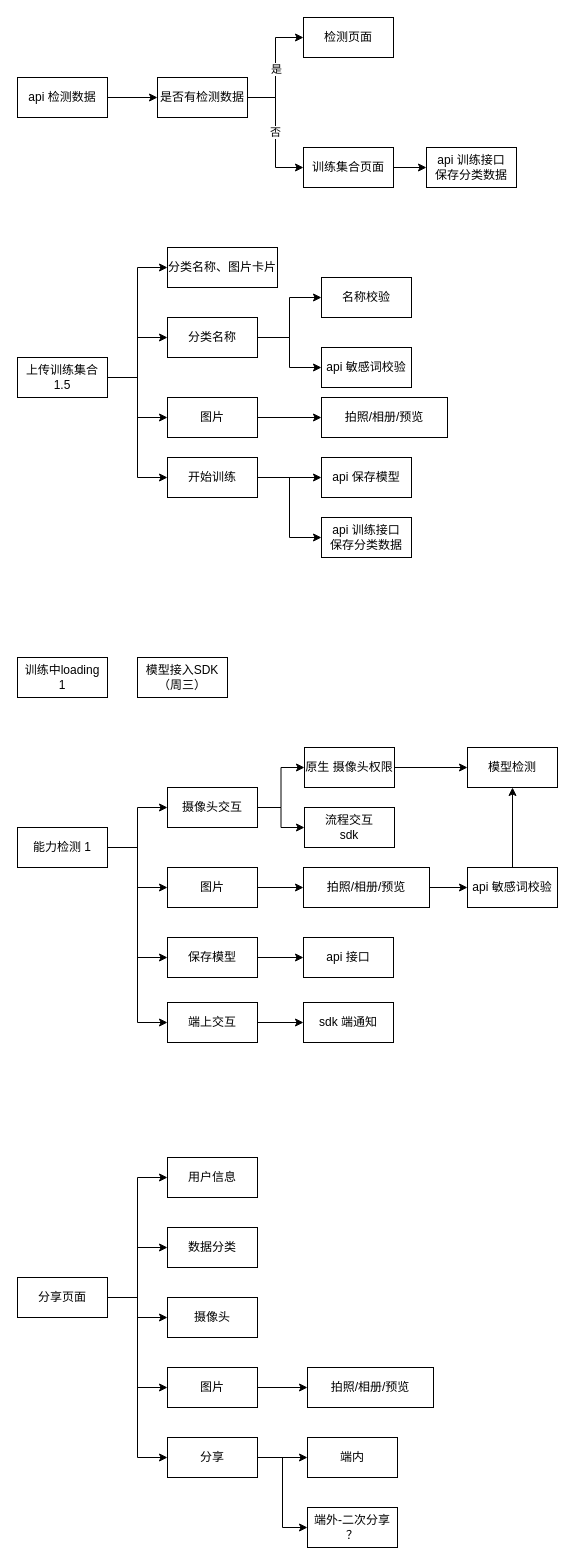
Before: page "物品识别" (9 of 9) of my-project/未命名绘图.drawio in gmtaurus/ceshi, a draw.io diagram. Source tidied: cells renumbered, new cells numbered last; positions are measured from the earlier drawing's top-left corner, leaving out a move shared by most shapes. Both pictures are drawn from the tidied source at 100%, with x=0, y=0 at pixel (17, 17).
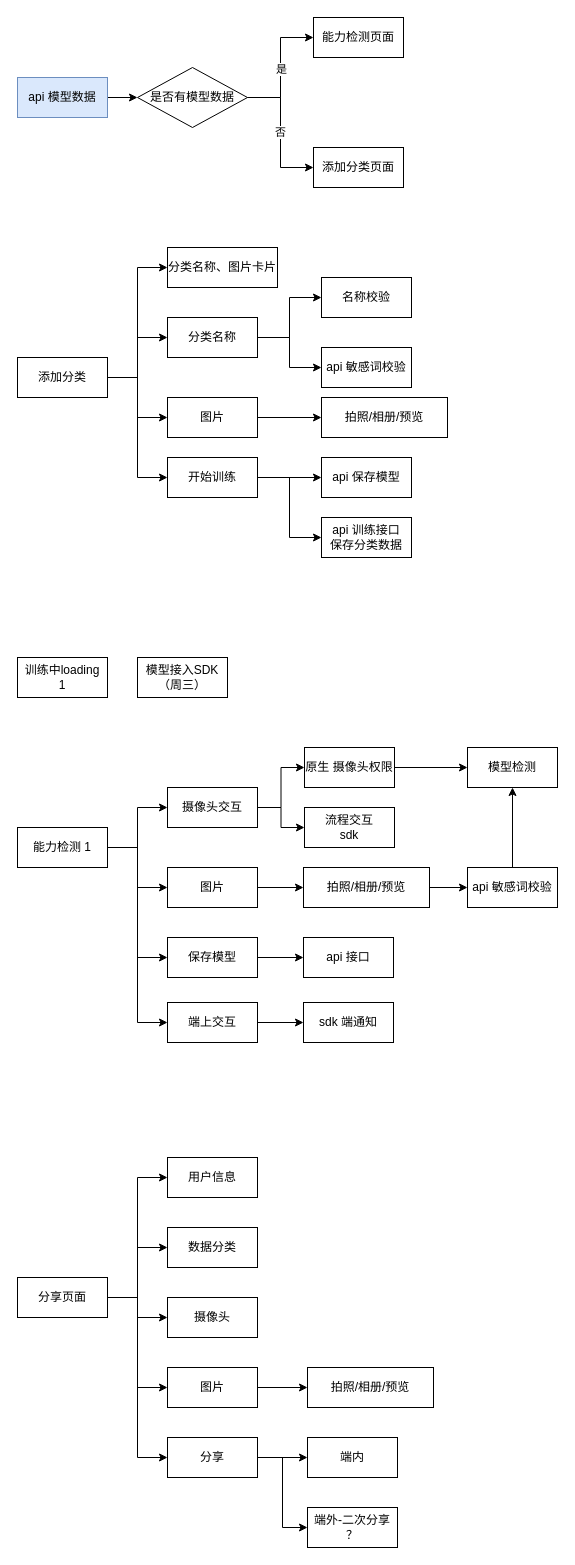
The same page after the edit.

Commit message (it also covers changes not shown here):
更新未命名绘图.drawio

The edit, as a diff of the source:
```diff
@@
-    <mxCell id="6" value="上传训练集合&lt;br&gt;1.5" style="rounded=0;whiteSpace=wrap;html=1;" parent="1" vertex="1">
+    <mxCell id="6" value="添加分类" style="rounded=0;whiteSpace=wrap;html=1;" parent="1" vertex="1">
       <mxGeometry y="340" width="90" height="40" as="geometry" />
     </mxCell>
@@
-    <mxCell id="45" value="api 训练接口&lt;br&gt;保存分类数据" style="rounded=0;whiteSpace=wrap;html=1;" parent="1" vertex="1">
-      <mxGeometry x="409" y="130" width="90" height="40" as="geometry" />
-    </mxCell>
-    <mxCell id="46" style="edgeStyle=orthogonalEdgeStyle;rounded=0;jettySize=auto;html=1;" parent="1" edge="1" source="47" target="51">
-      <mxGeometry relative="1" as="geometry" />
-    </mxCell>
+    <mxCell id="74" style="edgeStyle=orthogonalEdgeStyle;rounded=0;jettySize=auto;html=1;" parent="1" edge="1" source="47" target="75">
+      <mxGeometry relative="1" as="geometry" />
+    </mxCell>
-    <mxCell id="47" value="api 检测数据" style="rounded=0;whiteSpace=wrap;html=1;" parent="1" vertex="1">
+    <mxCell id="47" value="api 模型数据" style="rounded=0;whiteSpace=wrap;html=1;fillColor=#dae8fc;strokeColor=#6c8ebf;" parent="1" vertex="1">
       <mxGeometry y="60" width="90" height="40" as="geometry" />
     </mxCell>
-    <mxCell id="48" style="edgeStyle=orthogonalEdgeStyle;rounded=0;jettySize=auto;html=1;entryX=0;entryY=0.5;entryDx=0;entryDy=0;" parent="1" edge="1" source="51" target="52">
+    <mxCell id="48" style="edgeStyle=orthogonalEdgeStyle;rounded=0;jettySize=auto;html=1;entryX=0;entryY=0.5;entryDx=0;entryDy=0;exitX=1;exitY=0.5;exitDx=0;exitDy=0;" parent="1" edge="1" source="75" target="52">
       <mxGeometry relative="1" as="geometry" />
     </mxCell>
@@
-    <mxCell id="50" value="否" style="edgeStyle=orthogonalEdgeStyle;rounded=0;jettySize=auto;html=1;exitX=1;exitY=0.5;exitDx=0;exitDy=0;entryX=0;entryY=0.5;entryDx=0;entryDy=0;" parent="1" edge="1" source="51" target="73">
+    <mxCell id="50" value="否" style="edgeStyle=orthogonalEdgeStyle;rounded=0;jettySize=auto;html=1;exitX=1;exitY=0.5;exitDx=0;exitDy=0;entryX=0;entryY=0.5;entryDx=0;entryDy=0;" parent="1" edge="1" source="75" target="73">
       <mxGeometry relative="1" as="geometry" />
     </mxCell>
-    <mxCell id="51" value="是否有检测数据" style="rounded=0;whiteSpace=wrap;html=1;" parent="1" vertex="1">
-      <mxGeometry x="140" y="60" width="90" height="40" as="geometry" />
-    </mxCell>
-    <mxCell id="52" value="检测页面" style="rounded=0;whiteSpace=wrap;html=1;" parent="1" vertex="1">
-      <mxGeometry x="286" width="90" height="40" as="geometry" />
+    <mxCell id="52" value="能力检测页面" style="rounded=0;whiteSpace=wrap;html=1;" parent="1" vertex="1">
+      <mxGeometry x="296" width="90" height="40" as="geometry" />
     </mxCell>
@@
-    <mxCell id="72" style="edgeStyle=orthogonalEdgeStyle;rounded=0;jettySize=auto;html=1;" parent="1" edge="1" source="73" target="45">
-      <mxGeometry relative="1" as="geometry" />
-    </mxCell>
-    <mxCell id="73" value="训练集合页面" style="rounded=0;whiteSpace=wrap;html=1;" parent="1" vertex="1">
-      <mxGeometry x="286" y="130" width="90" height="40" as="geometry" />
+    <mxCell id="73" value="添加分类页面" style="rounded=0;whiteSpace=wrap;html=1;" parent="1" vertex="1">
+      <mxGeometry x="296" y="130" width="90" height="40" as="geometry" />
     </mxCell>
+    <mxCell id="75" value="是否有模型数据" style="rhombus;whiteSpace=wrap;html=1;" parent="1" vertex="1">
+      <mxGeometry x="120" y="50" width="110" height="60" as="geometry" />
+    </mxCell>
```
